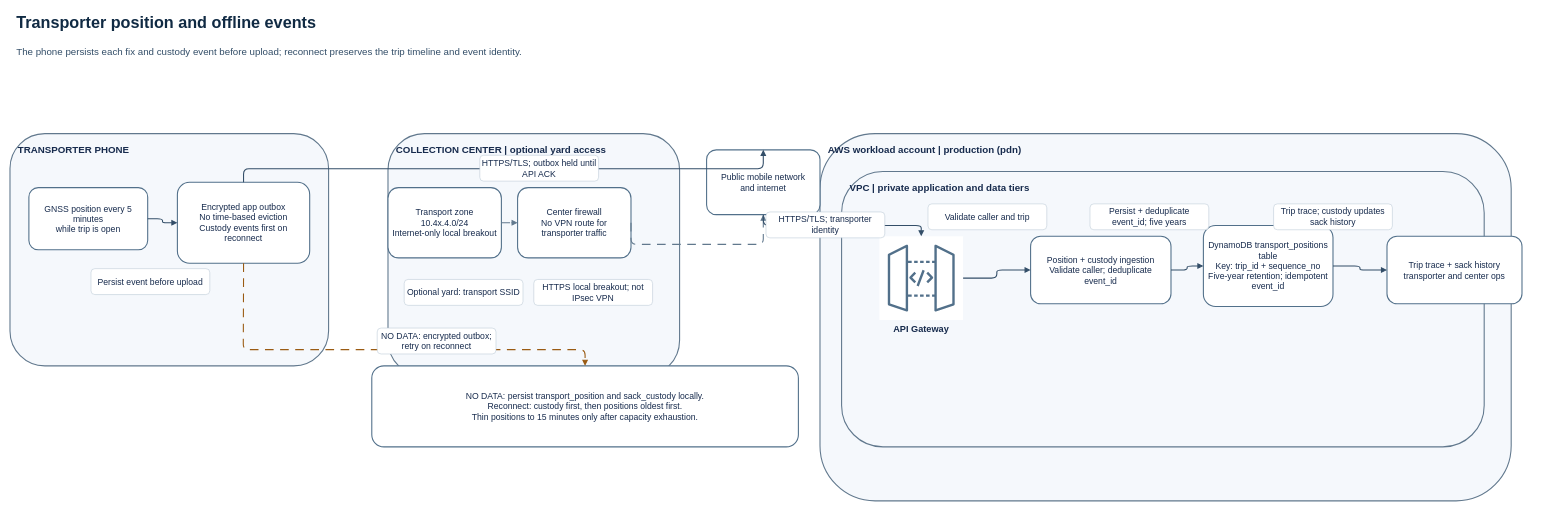
Before: data-paths/transporter-position.drawio in aroma-pacifico/aroma-pacifico-diagrams, a draw.io diagram. Source tidied: cells renumbered, new cells numbered last; positions are measured from the earlier drawing's top-left corner, leaving out a move shared by most shapes. Both pictures are drawn from the tidied source at 54%, with x=0, y=0 at pixel (10, 9).
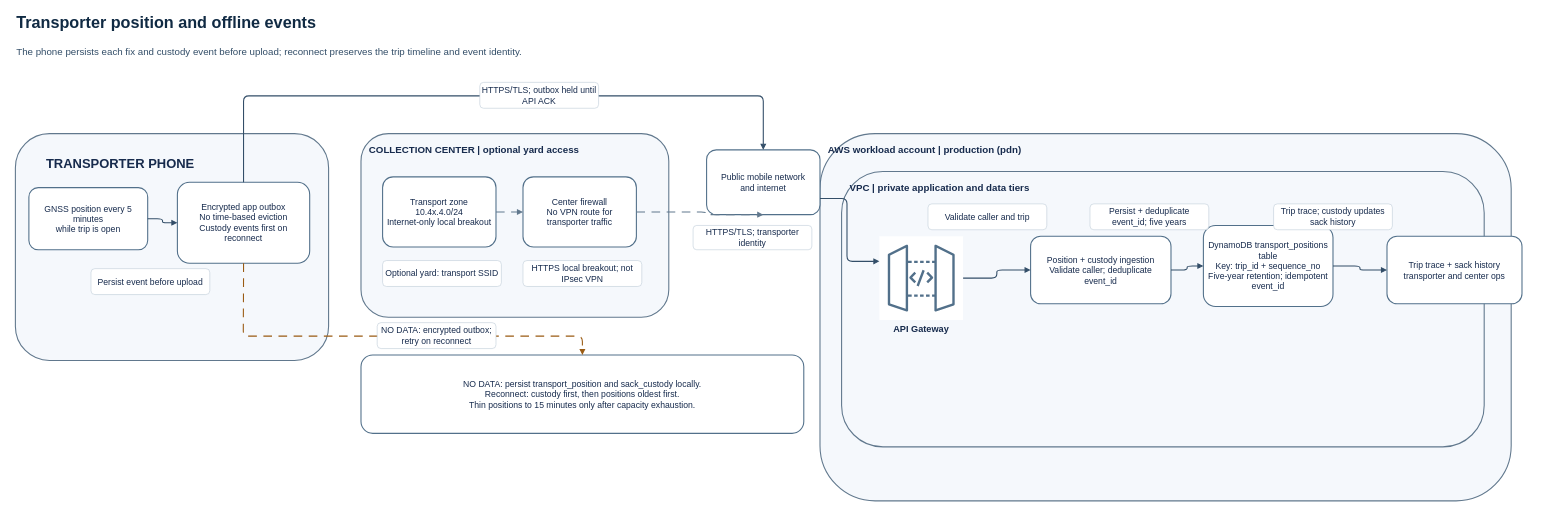
The same diagram, later.

Unchanged cells that the change refers to:
```xml
<mxCell id="9" value="Encrypted app outbox&#10;No time-based eviction&#10;Custody events first on reconnect" style="rounded=1;whiteSpace=wrap;html=1;fillColor=#ffffff;strokeColor=#52708a;strokeWidth=2;fontColor=#172b4d;fontSize=16;align=center;verticalAlign=middle;spacing=8;" parent="1" vertex="1">
  <mxGeometry x="310" y="320" width="245" height="150" as="geometry" />
</mxCell>
<mxCell id="12" value="Public mobile network&#10;and internet" style="rounded=1;whiteSpace=wrap;html=1;fillColor=#ffffff;strokeColor=#52708a;strokeWidth=2;fontColor=#172b4d;fontSize=16;align=center;verticalAlign=middle;spacing=8;" parent="1" vertex="1">
  <mxGeometry x="1290" y="260" width="210" height="120" as="geometry" />
</mxCell>
<mxCell id="13" value="API Gateway" style="shape=mxgraph.aws4.resourceIcon;resIcon=mxgraph.aws4.api_gateway;verticalLabelPosition=bottom;verticalAlign=top;align=center;html=1;whiteSpace=wrap;fillColor=#ffffff;strokeColor=#52708a;fontColor=#172b4d;fontSize=17;fontStyle=1;" parent="1" vertex="1">
  <mxGeometry x="1610" y="420" width="155" height="155" as="geometry" />
</mxCell>
```

What changed in the source:
```diff
@@
-    <mxCell id="4" value="TRANSPORTER PHONE" style="rounded=1;whiteSpace=wrap;html=1;fillColor=#f5f8fc;strokeColor=#61788d;strokeWidth=2;fontColor=#172b4d;fontSize=18;fontStyle=1;align=left;verticalAlign=top;spacing=15;" parent="1" vertex="1">
-      <mxGeometry y="230" width="590" height="430" as="geometry" />
+    <mxCell id="4" value="TRANSPORTER PHONE" style="rounded=1;whiteSpace=wrap;html=1;fillColor=#f5f8fc;strokeColor=#61788d;strokeWidth=2;fontColor=#172b4d;fontSize=24;fontStyle=1;align=left;verticalAlign=top;spacingLeft=55;spacingTop=35;" parent="1" vertex="1">
+      <mxGeometry x="10" y="230" width="580" height="420" as="geometry" />
     </mxCell>
     <mxCell id="5" value="COLLECTION CENTER | optional yard access" style="rounded=1;whiteSpace=wrap;html=1;fillColor=#f5f8fc;strokeColor=#61788d;strokeWidth=2;fontColor=#172b4d;fontSize=18;fontStyle=1;align=left;verticalAlign=top;spacing=15;" parent="1" vertex="1">
-      <mxGeometry x="700" y="230" width="540" height="450" as="geometry" />
+      <mxGeometry x="650" y="230" width="570" height="340" as="geometry" />
     </mxCell>
@@
     <mxCell id="10" value="Transport zone 10.4x.4.0/24&#10;Internet-only local breakout" style="rounded=1;whiteSpace=wrap;html=1;fillColor=#ffffff;strokeColor=#52708a;strokeWidth=2;fontColor=#172b4d;fontSize=16;align=center;verticalAlign=middle;spacing=8;" parent="1" vertex="1">
-      <mxGeometry x="700" y="330" width="210" height="130" as="geometry" />
+      <mxGeometry x="690" y="310" width="210" height="130" as="geometry" />
     </mxCell>
     <mxCell id="11" value="Center firewall&#10;No VPN route for transporter traffic" style="rounded=1;whiteSpace=wrap;html=1;fillColor=#ffffff;strokeColor=#52708a;strokeWidth=2;fontColor=#172b4d;fontSize=16;align=center;verticalAlign=middle;spacing=8;" parent="1" vertex="1">
-      <mxGeometry x="940" y="330" width="210" height="130" as="geometry" />
+      <mxGeometry x="950" y="310" width="210" height="130" as="geometry" />
     </mxCell>
@@
     <mxCell id="17" value="NO DATA: persist transport_position and sack_custody locally.&#10;Reconnect: custody first, then positions oldest first.&#10;Thin positions to 15 minutes only after capacity exhaustion." style="rounded=1;whiteSpace=wrap;html=1;fillColor=#ffffff;strokeColor=#52708a;strokeWidth=2;fontColor=#172b4d;fontSize=16;align=center;verticalAlign=middle;spacing=8;" parent="1" vertex="1">
-      <mxGeometry x="670" y="660" width="790" height="150" as="geometry" />
+      <mxGeometry x="650" y="640" width="820" height="145" as="geometry" />
     </mxCell>
@@
     <mxCell id="19" style="edgeStyle=orthogonalEdgeStyle;rounded=1;jettySize=auto;html=1;strokeColor=#334e68;strokeWidth=2;endArrow=block;endFill=1;fontColor=#172b4d;fontSize=16;whiteSpace=wrap;exitX=0.5;exitY=0;exitPerimeter=1;entryX=0.5;entryY=0;entryPerimeter=1;" parent="1" edge="1" source="9" target="12">
       <mxGeometry x="0.5" y="-0.7" relative="1" as="geometry">
         <Array as="points">
-          <mxPoint x="432" y="295" />
-          <mxPoint x="1395" y="295" />
+          <mxPoint x="432" y="160" />
+          <mxPoint x="1395" y="160" />
         </Array>
       </mxGeometry>
     </mxCell>
@@
     <mxCell id="21" style="edgeStyle=orthogonalEdgeStyle;rounded=1;jettySize=auto;html=1;strokeColor=#334e68;strokeWidth=2;endArrow=block;endFill=1;fontColor=#172b4d;fontSize=16;whiteSpace=wrap;dashed=1;dashPattern=8 6;strokeColor=#61788d;exitX=1;exitY=0.5;exitPerimeter=1;entryX=0.5;entryY=1;entryPerimeter=1;" parent="1" edge="1" source="11" target="12">
       <mxGeometry x="0.5" y="-0.7" relative="1" as="geometry">
         <Array as="points">
-          <mxPoint x="1150" y="435" />
-          <mxPoint x="1395" y="435" />
+          <mxPoint x="1160" y="375" />
+          <mxPoint x="1290" y="375" />
         </Array>
       </mxGeometry>
     </mxCell>
-    <mxCell id="22" style="edgeStyle=orthogonalEdgeStyle;rounded=1;jettySize=auto;html=1;strokeColor=#334e68;strokeWidth=2;endArrow=block;endFill=1;fontColor=#172b4d;fontSize=16;whiteSpace=wrap;exitX=0.5;exitY=1;exitPerimeter=1;entryX=0.5;entryY=0;entryPerimeter=1;" parent="1" edge="1" source="12" target="13">
+    <mxCell id="22" style="edgeStyle=orthogonalEdgeStyle;rounded=1;jettySize=auto;html=1;strokeColor=#334e68;strokeWidth=2;endArrow=block;endFill=1;exitX=1;exitY=0.75;exitPerimeter=1;entryX=0;entryY=0.3;entryPerimeter=1;" parent="1" edge="1" source="12" target="13">
       <mxGeometry x="0.5" y="-0.7" relative="1" as="geometry">
         <Array as="points">
-          <mxPoint x="1395" y="400" />
-          <mxPoint x="1687" y="400" />
+          <mxPoint x="1550" y="350" />
+          <mxPoint x="1550" y="466" />
         </Array>
       </mxGeometry>
     </mxCell>
@@
     <mxCell id="26" style="edgeStyle=orthogonalEdgeStyle;rounded=1;jettySize=auto;html=1;strokeColor=#334e68;strokeWidth=2;endArrow=block;endFill=1;fontColor=#172b4d;fontSize=16;dashed=1;dashPattern=8 6;strokeColor=#9a5b13;whiteSpace=wrap;exitX=0.5;exitY=1;exitPerimeter=1;entryX=0.5;entryY=0;entryPerimeter=1;" parent="1" edge="1" source="9" target="17">
       <mxGeometry x="0.5" y="-0.7" relative="1" as="geometry">
         <Array as="points">
           <mxPoint x="432" y="500" />
-          <mxPoint x="432" y="630" />
-          <mxPoint x="1065" y="630" />
+          <mxPoint x="432" y="605" />
+          <mxPoint x="1060" y="605" />
         </Array>
       </mxGeometry>
     </mxCell>
@@
     <mxCell id="28" value="HTTPS/TLS; outbox held until API ACK" style="rounded=1;whiteSpace=wrap;html=1;fillColor=#ffffff;strokeColor=#b8c7d5;strokeWidth=1;fontColor=#172b4d;fontSize=16;align=center;verticalAlign=middle;spacing=4;" parent="1" vertex="1">
-      <mxGeometry x="870" y="270" width="220" height="48" as="geometry" />
+      <mxGeometry x="870" y="135" width="220" height="48" as="geometry" />
     </mxCell>
     <mxCell id="29" value="Optional yard: transport SSID" style="rounded=1;whiteSpace=wrap;html=1;fillColor=#ffffff;strokeColor=#b8c7d5;strokeWidth=1;fontColor=#172b4d;fontSize=16;align=center;verticalAlign=middle;spacing=4;" parent="1" vertex="1">
-      <mxGeometry x="730" y="500" width="220" height="48" as="geometry" />
+      <mxGeometry x="690" y="465" width="220" height="48" as="geometry" />
     </mxCell>
     <mxCell id="30" value="HTTPS local breakout; not IPsec VPN" style="rounded=1;whiteSpace=wrap;html=1;fillColor=#ffffff;strokeColor=#b8c7d5;strokeWidth=1;fontColor=#172b4d;fontSize=16;align=center;verticalAlign=middle;spacing=4;" parent="1" vertex="1">
-      <mxGeometry x="970" y="500" width="220" height="48" as="geometry" />
+      <mxGeometry x="950" y="465" width="220" height="48" as="geometry" />
     </mxCell>
     <mxCell id="31" value="HTTPS/TLS; transporter identity" style="rounded=1;whiteSpace=wrap;html=1;fillColor=#ffffff;strokeColor=#b8c7d5;strokeWidth=1;fontColor=#172b4d;fontSize=16;align=center;verticalAlign=middle;spacing=4;" parent="1" vertex="1">
-      <mxGeometry x="1400" y="375" width="220" height="48" as="geometry" />
+      <mxGeometry x="1265" y="400" width="220" height="45" as="geometry" />
     </mxCell>
@@
     <mxCell id="35" value="NO DATA: encrypted outbox; retry on reconnect" style="rounded=1;whiteSpace=wrap;html=1;fillColor=#ffffff;strokeColor=#b8c7d5;strokeWidth=1;fontColor=#172b4d;fontSize=16;align=center;verticalAlign=middle;spacing=4;" parent="1" vertex="1">
-      <mxGeometry x="680" y="590" width="220" height="48" as="geometry" />
+      <mxGeometry x="680" y="580" width="220" height="48" as="geometry" />
     </mxCell>
```
